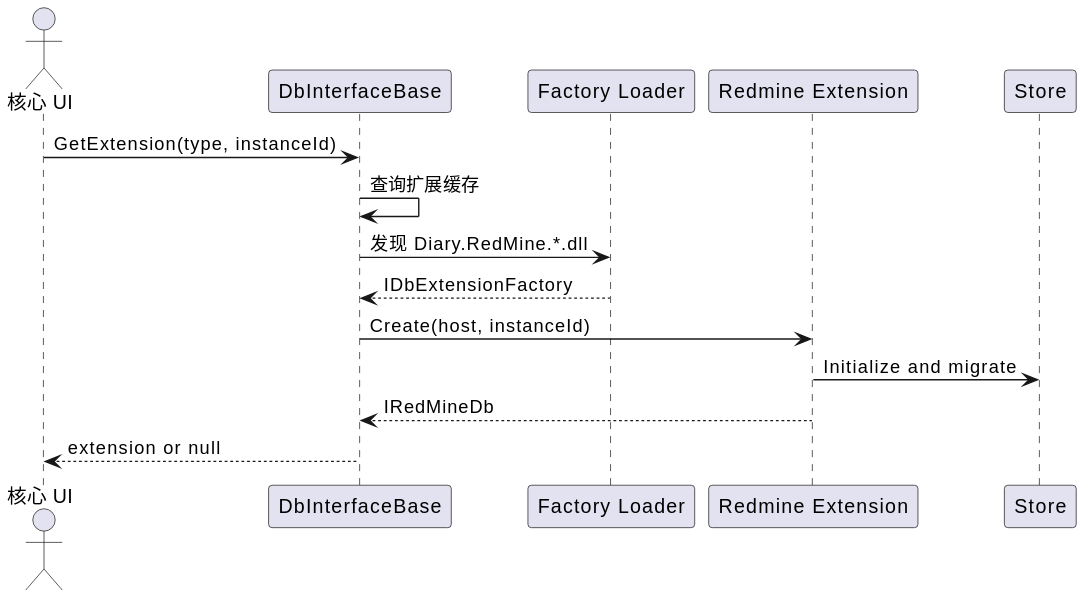
Above: Docs/diagrams/database-extension.svg in micro123/diary-app (PlantUML), before the change. Its diagram source:
```plantuml
@startuml
actor "核心 UI" as UI
participant "DbInterfaceBase" as DB
participant "Factory Loader" as Loader
participant "Redmine Extension" as Ext
UI -> DB : GetExtension(type, instanceId)
DB -> DB : 查询扩展缓存
DB -> Loader : 发现 Diary.RedMine.*.dll
Loader --> DB : IDbExtensionFactory
DB -> Ext : Create(host, instanceId)
Ext -> Store : Initialize and migrate
Ext --> DB : IRedMineDb
DB --> UI : extension or null
@enduml
```
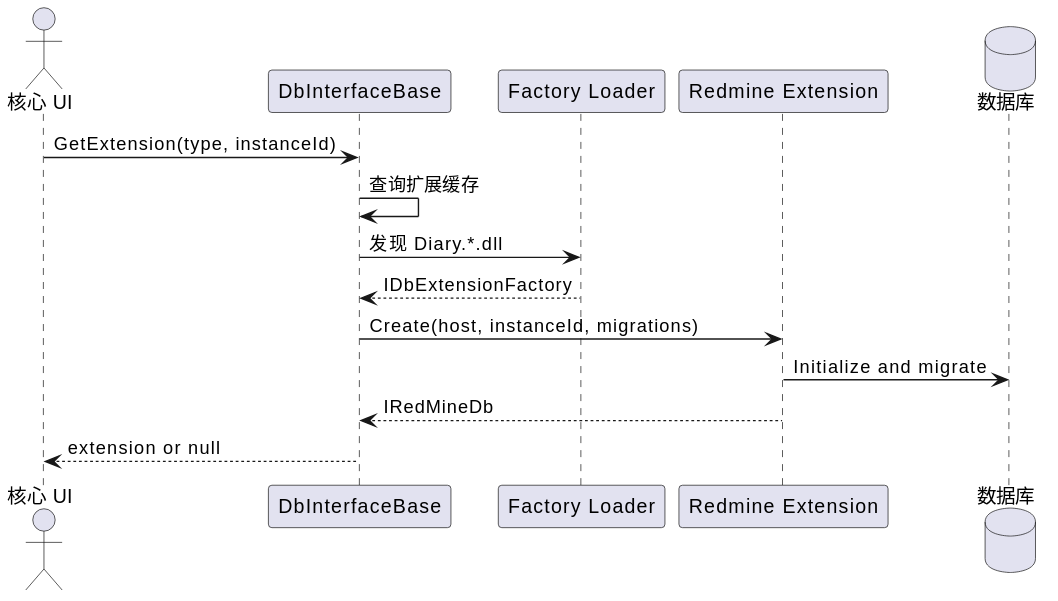
Later version of the same file.

Change to the diagram source:
```diff
@@ -3,11 +3,12 @@
 participant "DbInterfaceBase" as DB
 participant "Factory Loader" as Loader
 participant "Redmine Extension" as Ext
+database "数据库" as Store
 UI -> DB : GetExtension(type, instanceId)
 DB -> DB : 查询扩展缓存
-DB -> Loader : 发现 Diary.RedMine.*.dll
+DB -> Loader : 发现 Diary.*.dll
 Loader --> DB : IDbExtensionFactory
-DB -> Ext : Create(host, instanceId)
+DB -> Ext : Create(host, instanceId, migrations)
 Ext -> Store : Initialize and migrate
 Ext --> DB : IRedMineDb
 DB --> UI : extension or null
```
